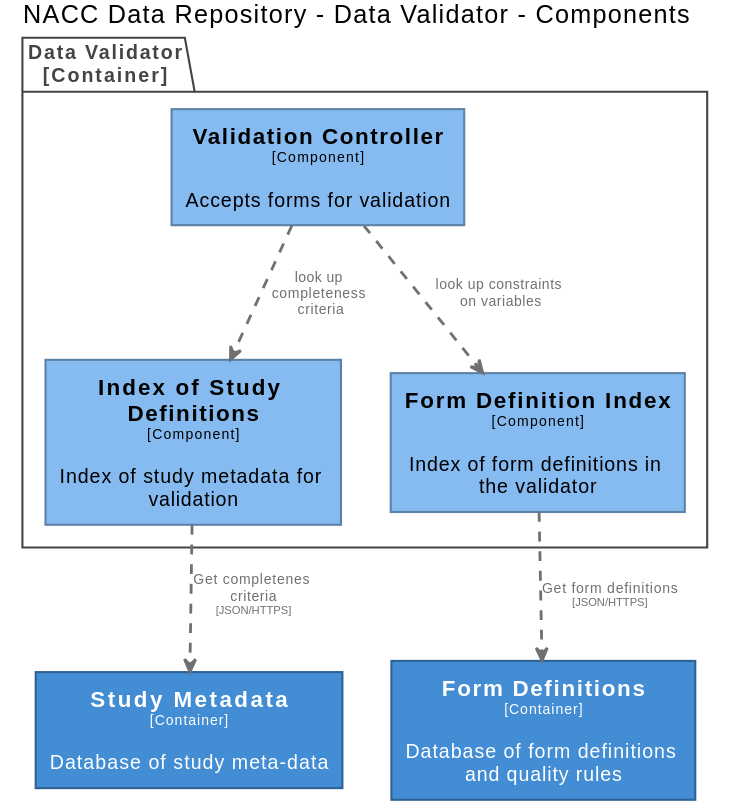
naccdata/system-design keeps this PlantUML diagram as docs/images/structurizr-ValidatorComponent.svg. Above is the earlier version. Source of this version:
```plantuml
@startuml
title NACC Data Repository - Data Validator - Components

top to bottom direction

skinparam {
  shadowing false
  arrowFontSize 10
  defaultTextAlignment center
  wrapWidth 200
  maxMessageSize 100
}

hide stereotype

skinparam rectangle<<NACCDataRepository.DataValidator.FormDefinitionIndex>> {
  BackgroundColor #85bbf0
  FontColor #000000
  BorderColor #5d82a8
}
skinparam rectangle<<NACCDataRepository.FormDefinitions>> {
  BackgroundColor #438dd5
  FontColor #ffffff
  BorderColor #2e6295
}
skinparam rectangle<<NACCDataRepository.DataValidator.IndexofStudyDefinitions>> {
  BackgroundColor #85bbf0
  FontColor #000000
  BorderColor #5d82a8
}
skinparam rectangle<<NACCDataRepository.StudyMetadata>> {
  BackgroundColor #438dd5
  FontColor #ffffff
  BorderColor #2e6295
}
skinparam rectangle<<NACCDataRepository.DataValidator.ValidationController>> {
  BackgroundColor #85bbf0
  FontColor #000000
  BorderColor #5d82a8
}

rectangle "==Form Definitions\n<size:10>[Container]</size>\n\nDatabase of form definitions and quality rules" <<NACCDataRepository.FormDefinitions>> as NACCDataRepository.FormDefinitions
rectangle "==Study Metadata\n<size:10>[Container]</size>\n\nDatabase of study meta-data" <<NACCDataRepository.StudyMetadata>> as NACCDataRepository.StudyMetadata

package "Data Validator\n[Container]" <<NACCDataRepository.DataValidator>> {
  skinparam PackageBorderColor<<NACCDataRepository.DataValidator>> #444444
  skinparam PackageFontColor<<NACCDataRepository.DataValidator>> #444444

  rectangle "==Index of Study Definitions\n<size:10>[Component]</size>\n\nIndex of study metadata for validation" <<NACCDataRepository.DataValidator.IndexofStudyDefinitions>> as NACCDataRepository.DataValidator.IndexofStudyDefinitions
  rectangle "==Validation Controller\n<size:10>[Component]</size>\n\nAccepts forms for validation" <<NACCDataRepository.DataValidator.ValidationController>> as NACCDataRepository.DataValidator.ValidationController
  rectangle "==Form Definition Index\n<size:10>[Component]</size>\n\nIndex of form definitions in the validator" <<NACCDataRepository.DataValidator.FormDefinitionIndex>> as NACCDataRepository.DataValidator.FormDefinitionIndex
}

NACCDataRepository.DataValidator.IndexofStudyDefinitions .[#707070,thickness=2].> NACCDataRepository.StudyMetadata : "<color:#707070>Get completenes criteria\n<color:#707070><size:8>[JSON/HTTPS]</size>"
NACCDataRepository.DataValidator.ValidationController .[#707070,thickness=2].> NACCDataRepository.DataValidator.FormDefinitionIndex : "<color:#707070>look up constraints on variables"
NACCDataRepository.DataValidator.ValidationController .[#707070,thickness=2].> NACCDataRepository.DataValidator.IndexofStudyDefinitions : "<color:#707070>look up completeness criteria"
NACCDataRepository.DataValidator.FormDefinitionIndex .[#707070,thickness=2].> NACCDataRepository.FormDefinitions : "<color:#707070>Get form definitions\n<color:#707070><size:8>[JSON/HTTPS]</size>"
@enduml
```
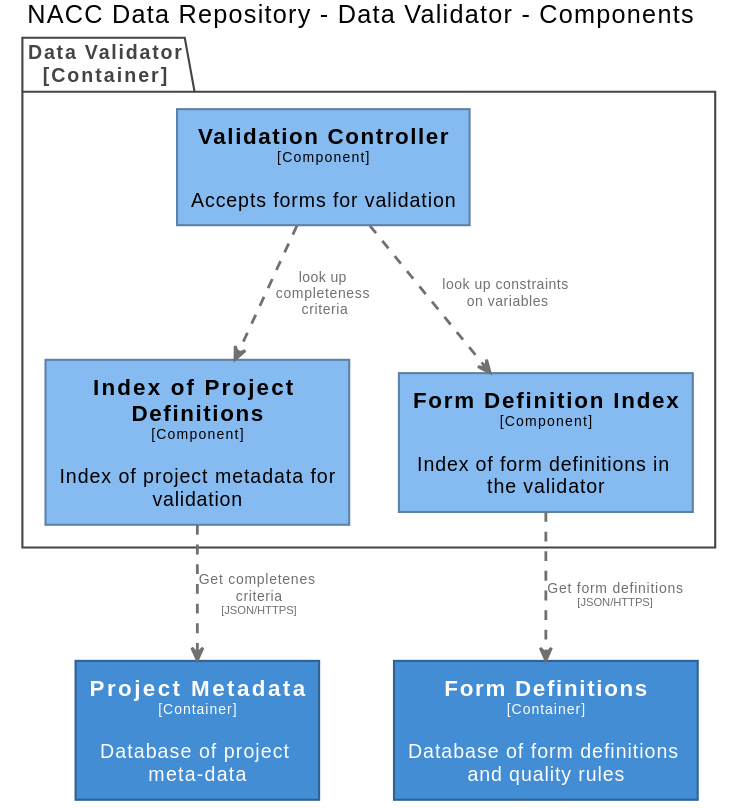
After the change.

Change to the diagram source:
```diff
@@ -23,12 +23,12 @@
   FontColor #ffffff
   BorderColor #2e6295
 }
-skinparam rectangle<<NACCDataRepository.DataValidator.IndexofStudyDefinitions>> {
+skinparam rectangle<<NACCDataRepository.DataValidator.IndexofProjectDefinitions>> {
   BackgroundColor #85bbf0
   FontColor #000000
   BorderColor #5d82a8
 }
-skinparam rectangle<<NACCDataRepository.StudyMetadata>> {
+skinparam rectangle<<NACCDataRepository.ProjectMetadata>> {
   BackgroundColor #438dd5
   FontColor #ffffff
   BorderColor #2e6295
@@ -40,19 +40,19 @@
 }
 
 rectangle "==Form Definitions\n<size:10>[Container]</size>\n\nDatabase of form definitions and quality rules" <<NACCDataRepository.FormDefinitions>> as NACCDataRepository.FormDefinitions
-rectangle "==Study Metadata\n<size:10>[Container]</size>\n\nDatabase of study meta-data" <<NACCDataRepository.StudyMetadata>> as NACCDataRepository.StudyMetadata
+rectangle "==Project Metadata\n<size:10>[Container]</size>\n\nDatabase of project meta-data" <<NACCDataRepository.ProjectMetadata>> as NACCDataRepository.ProjectMetadata
 
 package "Data Validator\n[Container]" <<NACCDataRepository.DataValidator>> {
   skinparam PackageBorderColor<<NACCDataRepository.DataValidator>> #444444
   skinparam PackageFontColor<<NACCDataRepository.DataValidator>> #444444
 
-  rectangle "==Index of Study Definitions\n<size:10>[Component]</size>\n\nIndex of study metadata for validation" <<NACCDataRepository.DataValidator.IndexofStudyDefinitions>> as NACCDataRepository.DataValidator.IndexofStudyDefinitions
+  rectangle "==Index of Project Definitions\n<size:10>[Component]</size>\n\nIndex of project metadata for validation" <<NACCDataRepository.DataValidator.IndexofProjectDefinitions>> as NACCDataRepository.DataValidator.IndexofProjectDefinitions
   rectangle "==Validation Controller\n<size:10>[Component]</size>\n\nAccepts forms for validation" <<NACCDataRepository.DataValidator.ValidationController>> as NACCDataRepository.DataValidator.ValidationController
   rectangle "==Form Definition Index\n<size:10>[Component]</size>\n\nIndex of form definitions in the validator" <<NACCDataRepository.DataValidator.FormDefinitionIndex>> as NACCDataRepository.DataValidator.FormDefinitionIndex
 }
 
-NACCDataRepository.DataValidator.IndexofStudyDefinitions .[#707070,thickness=2].> NACCDataRepository.StudyMetadata : "<color:#707070>Get completenes criteria\n<color:#707070><size:8>[JSON/HTTPS]</size>"
+NACCDataRepository.DataValidator.IndexofProjectDefinitions .[#707070,thickness=2].> NACCDataRepository.ProjectMetadata : "<color:#707070>Get completenes criteria\n<color:#707070><size:8>[JSON/HTTPS]</size>"
 NACCDataRepository.DataValidator.ValidationController .[#707070,thickness=2].> NACCDataRepository.DataValidator.FormDefinitionIndex : "<color:#707070>look up constraints on variables"
-NACCDataRepository.DataValidator.ValidationController .[#707070,thickness=2].> NACCDataRepository.DataValidator.IndexofStudyDefinitions : "<color:#707070>look up completeness criteria"
+NACCDataRepository.DataValidator.ValidationController .[#707070,thickness=2].> NACCDataRepository.DataValidator.IndexofProjectDefinitions : "<color:#707070>look up completeness criteria"
 NACCDataRepository.DataValidator.FormDefinitionIndex .[#707070,thickness=2].> NACCDataRepository.FormDefinitions : "<color:#707070>Get form definitions\n<color:#707070><size:8>[JSON/HTTPS]</size>"
 @enduml
```
